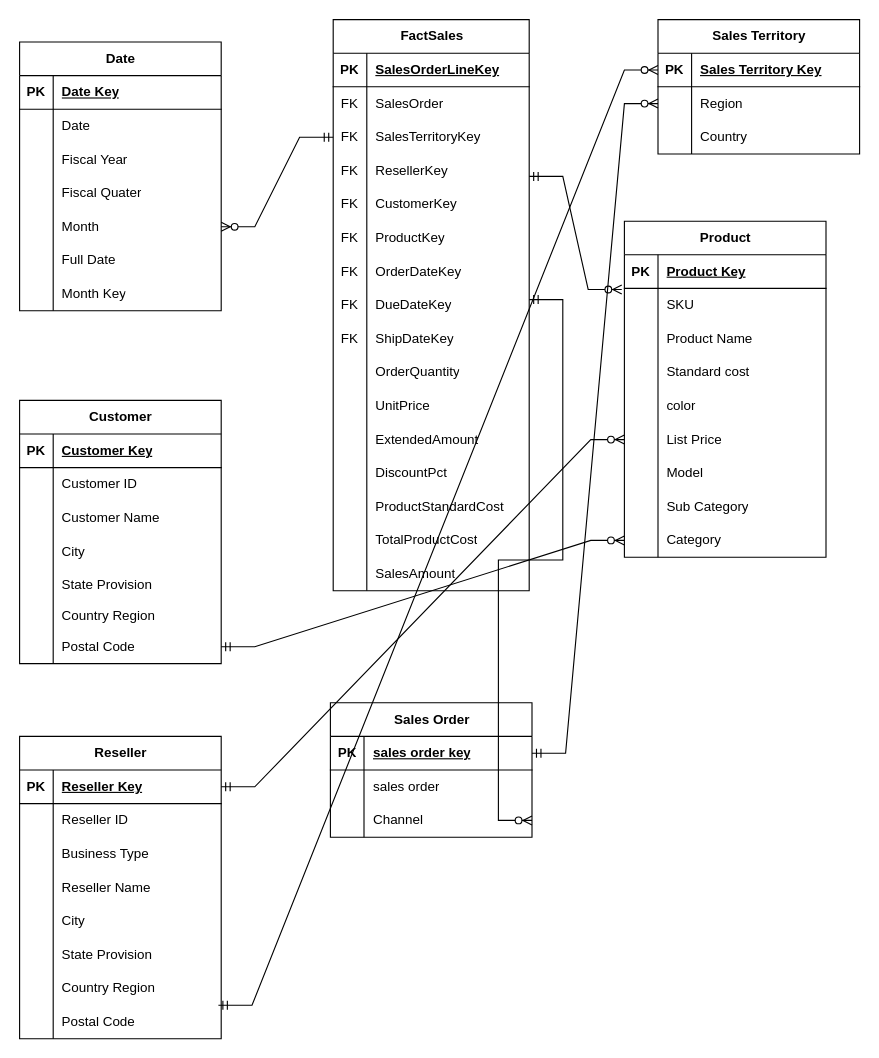
Gopikuppala7/data-storage-solutions keeps this draw.io diagram as DataStorage_CA.drawio. Above is the earlier version. Source tidied: cells renumbered, new cells numbered last; positions are measured from the earlier drawing's top-left corner, leaving out a move shared by most shapes. Both pictures are drawn from the tidied source at 112%, with x=0, y=0 at pixel (19, 19).
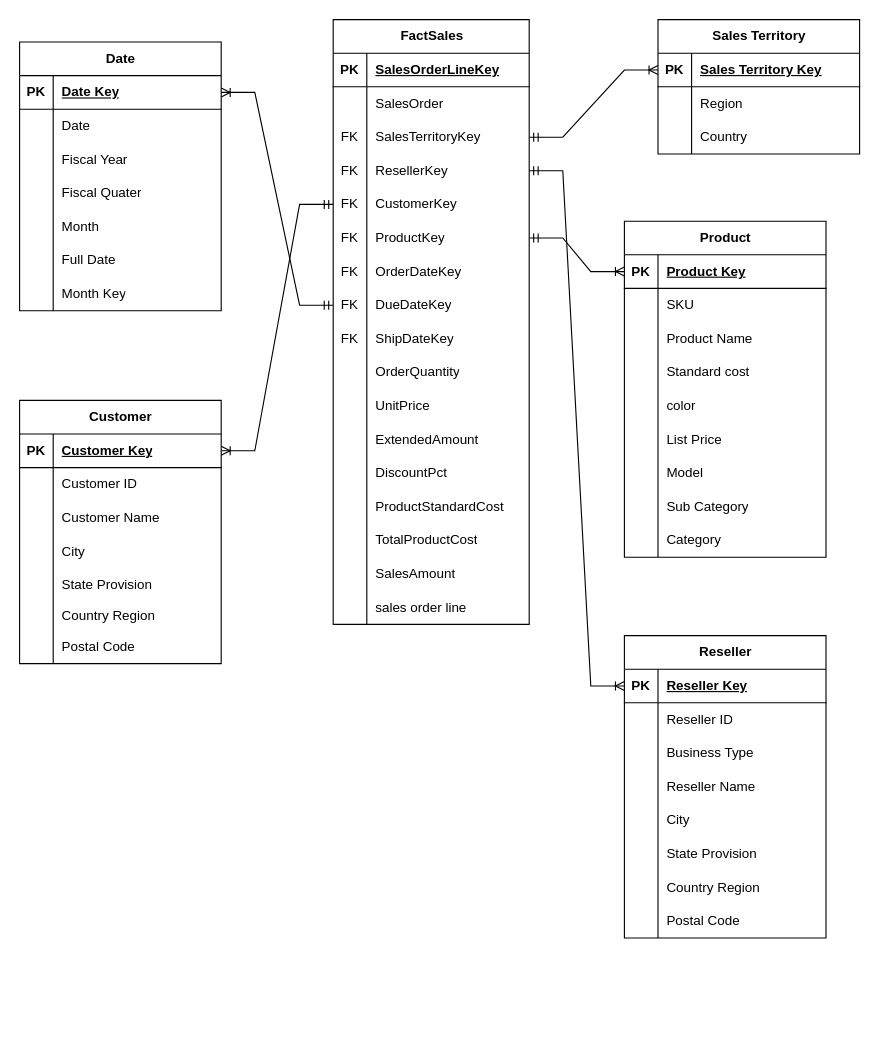
The same diagram, later.

The change refers to these unchanged cells:
```xml
<mxCell id="6" style="shape=tableRow;horizontal=0;startSize=0;swimlaneHead=0;swimlaneBody=0;fillColor=none;top=0;left=0;right=0;bottom=0;" parent="2" vertex="1">
  <mxGeometry y="60" width="175" height="30" as="geometry" />
</mxCell>
<mxCell id="9" style="shape=tableRow;horizontal=0;startSize=0;swimlaneHead=0;swimlaneBody=0;fillColor=none;points=[[0,0.5],[1,0.5]];portConstraint=eastwest;top=0;left=0;right=0;bottom=0;" parent="2" vertex="1">
  <mxGeometry y="90" width="175" height="30" as="geometry" />
</mxCell>
<mxCell id="12" style="shape=tableRow;horizontal=0;startSize=0;swimlaneHead=0;swimlaneBody=0;fillColor=none;points=[[0,0.5],[1,0.5]];portConstraint=eastwest;top=0;left=0;right=0;bottom=0;" parent="2" vertex="1">
  <mxGeometry y="120" width="175" height="30" as="geometry" />
</mxCell>
<mxCell id="15" style="shape=tableRow;horizontal=0;startSize=0;swimlaneHead=0;swimlaneBody=0;fillColor=none;points=[[0,0.5],[1,0.5]];portConstraint=eastwest;top=0;left=0;right=0;bottom=0;" parent="2" vertex="1">
  <mxGeometry y="150" width="175" height="30" as="geometry" />
</mxCell>
<mxCell id="18" style="shape=tableRow;horizontal=0;startSize=0;swimlaneHead=0;swimlaneBody=0;fillColor=none;points=[[0,0.5],[1,0.5]];portConstraint=eastwest;top=0;left=0;right=0;bottom=0;" parent="2" vertex="1">
  <mxGeometry y="180" width="175" height="30" as="geometry" />
</mxCell>
<mxCell id="24" style="shape=tableRow;horizontal=0;startSize=0;swimlaneHead=0;swimlaneBody=0;fillColor=none;points=[[0,0.5],[1,0.5]];portConstraint=eastwest;top=0;left=0;right=0;bottom=0;" parent="2" vertex="1">
  <mxGeometry y="240" width="175" height="30" as="geometry" />
</mxCell>
<mxCell id="62" style="shape=tableRow;horizontal=0;startSize=0;swimlaneHead=0;swimlaneBody=0;fillColor=none;points=[[0,0.5],[1,0.5]];portConstraint=eastwest;top=0;left=0;right=0;bottom=1;" parent="61" vertex="1">
  <mxGeometry y="30" width="180" height="30" as="geometry" />
</mxCell>
<mxCell id="65" style="shape=tableRow;horizontal=0;startSize=0;swimlaneHead=0;swimlaneBody=0;fillColor=none;points=[[0,0.5],[1,0.5]];portConstraint=eastwest;top=0;left=0;right=0;bottom=0;" parent="61" vertex="1">
  <mxGeometry y="60" width="180" height="30" as="geometry" />
</mxCell>
<mxCell id="72" style="shape=tableRow;horizontal=0;startSize=0;swimlaneHead=0;swimlaneBody=0;fillColor=none;points=[[0,0.5],[1,0.5]];portConstraint=eastwest;top=0;left=0;right=0;bottom=1;" parent="71" vertex="1">
  <mxGeometry y="30" width="180" height="30" as="geometry" />
</mxCell>
<mxCell id="75" style="shape=tableRow;horizontal=0;startSize=0;swimlaneHead=0;swimlaneBody=0;fillColor=none;points=[[0,0.5],[1,0.5]];portConstraint=eastwest;top=0;left=0;right=0;bottom=0;" parent="71" vertex="1">
  <mxGeometry y="60" width="180" height="30" as="geometry" />
</mxCell>
<mxCell id="87" style="shape=tableRow;horizontal=0;startSize=0;swimlaneHead=0;swimlaneBody=0;fillColor=none;points=[[0,0.5],[1,0.5]];portConstraint=eastwest;top=0;left=0;right=0;bottom=0;" parent="71" vertex="1">
  <mxGeometry y="180" width="180" height="30" as="geometry" />
</mxCell>
<mxCell id="96" style="shape=tableRow;horizontal=0;startSize=0;swimlaneHead=0;swimlaneBody=0;fillColor=none;points=[[0,0.5],[1,0.5]];portConstraint=eastwest;top=0;left=0;right=0;bottom=0;" parent="71" vertex="1">
  <mxGeometry y="270" width="180" height="30" as="geometry" />
</mxCell>
<mxCell id="100" style="shape=tableRow;horizontal=0;startSize=0;swimlaneHead=0;swimlaneBody=0;fillColor=none;points=[[0,0.5],[1,0.5]];portConstraint=eastwest;top=0;left=0;right=0;bottom=1;" parent="99" vertex="1">
  <mxGeometry y="30" width="180" height="30" as="geometry" />
</mxCell>
<mxCell id="122" style="shape=tableRow;horizontal=0;startSize=0;swimlaneHead=0;swimlaneBody=0;fillColor=none;points=[[0,0.5],[1,0.5]];portConstraint=eastwest;top=0;left=0;right=0;bottom=1;" parent="121" vertex="1">
  <mxGeometry y="30" width="180" height="30" as="geometry" />
</mxCell>
<mxCell id="147" style="shape=tableRow;horizontal=0;startSize=0;swimlaneHead=0;swimlaneBody=0;fillColor=none;points=[[0,0.5],[1,0.5]];portConstraint=eastwest;top=0;left=0;right=0;bottom=1;" parent="146" vertex="1">
  <mxGeometry y="30" width="180" height="30" as="geometry" />
</mxCell>
<mxCell id="159" style="shape=tableRow;horizontal=0;startSize=0;swimlaneHead=0;swimlaneBody=0;fillColor=none;points=[[0,0.5],[1,0.5]];portConstraint=eastwest;top=0;left=0;right=0;bottom=0;" parent="146" vertex="1">
  <mxGeometry y="150" width="180" height="30" as="geometry" />
</mxCell>
```

Diff of the diagram source:
```diff
@@
     <mxCell id="2" value="FactSales" style="shape=table;startSize=30;childLayout=tableLayout;rowLines=0;fontStyle=1;align=center;html=1;" parent="1" vertex="1">
-      <mxGeometry x="280" width="175" height="510" as="geometry" />
+      <mxGeometry x="280" width="175" height="540" as="geometry" />
     </mxCell>
@@
-    <mxCell id="7" value="FK" style="shape=partialRectangle;fillColor=none;top=0;left=0;bottom=0;right=0;overflow=hidden;whiteSpace=wrap;html=1;" parent="6" vertex="1">
+    <mxCell id="7" style="shape=partialRectangle;fillColor=none;top=0;left=0;bottom=0;right=0;overflow=hidden;whiteSpace=wrap;html=1;" parent="6" vertex="1">
       <mxGeometry width="30" height="30" as="geometry" />
     </mxCell>
@@
-    <mxCell id="51" value="Sales Order" style="shape=table;startSize=30;childLayout=tableLayout;rowLines=0;fontStyle=1;align=center;html=1;" parent="1" vertex="1">
-      <mxGeometry x="277.5" y="610" width="180" height="120" as="geometry" />
-    </mxCell>
-    <mxCell id="52" style="shape=tableRow;horizontal=0;startSize=0;swimlaneHead=0;swimlaneBody=0;fillColor=none;points=[[0,0.5],[1,0.5]];portConstraint=eastwest;top=0;left=0;right=0;bottom=1;" parent="51" vertex="1">
-      <mxGeometry y="30" width="180" height="30" as="geometry" />
-    </mxCell>
-    <mxCell id="53" value="PK" style="shape=partialRectangle;fillColor=none;top=0;left=0;bottom=0;right=0;fontStyle=1;overflow=hidden;whiteSpace=wrap;html=1;" parent="52" vertex="1">
-      <mxGeometry width="30" height="30" as="geometry" />
-    </mxCell>
-    <mxCell id="54" value="sales order key" style="shape=partialRectangle;fillColor=none;top=0;left=0;bottom=0;right=0;align=left;spacingLeft=6;fontStyle=5;overflow=hidden;whiteSpace=wrap;html=1;" parent="52" vertex="1">
-      <mxGeometry x="30" width="150" height="30" as="geometry" />
-    </mxCell>
-    <mxCell id="55" style="shape=tableRow;horizontal=0;startSize=0;swimlaneHead=0;swimlaneBody=0;fillColor=none;top=0;left=0;right=0;bottom=0;" parent="51" vertex="1">
-      <mxGeometry y="60" width="180" height="30" as="geometry" />
-    </mxCell>
-    <mxCell id="56" style="shape=partialRectangle;fillColor=none;top=0;left=0;bottom=0;right=0;overflow=hidden;whiteSpace=wrap;html=1;" parent="55" vertex="1">
-      <mxGeometry width="30" height="30" as="geometry" />
-    </mxCell>
-    <mxCell id="57" value="sales order" style="shape=partialRectangle;fillColor=none;top=0;left=0;bottom=0;right=0;align=left;spacingLeft=6;overflow=hidden;whiteSpace=wrap;html=1;" parent="55" vertex="1">
-      <mxGeometry x="30" width="150" height="30" as="geometry" />
-    </mxCell>
-    <mxCell id="58" style="shape=tableRow;horizontal=0;startSize=0;swimlaneHead=0;swimlaneBody=0;fillColor=none;points=[[0,0.5],[1,0.5]];portConstraint=eastwest;top=0;left=0;right=0;bottom=0;" parent="51" vertex="1">
-      <mxGeometry y="90" width="180" height="30" as="geometry" />
-    </mxCell>
-    <mxCell id="59" style="shape=partialRectangle;fillColor=none;top=0;left=0;bottom=0;right=0;overflow=hidden;whiteSpace=wrap;html=1;" parent="58" vertex="1">
-      <mxGeometry width="30" height="30" as="geometry" />
-    </mxCell>
-    <mxCell id="60" value="Channel" style="shape=partialRectangle;fillColor=none;top=0;left=0;bottom=0;right=0;align=left;spacingLeft=6;overflow=hidden;whiteSpace=wrap;html=1;" parent="58" vertex="1">
-      <mxGeometry x="30" width="150" height="30" as="geometry" />
-    </mxCell>
+    <mxCell id="175" style="shape=tableRow;horizontal=0;startSize=0;swimlaneHead=0;swimlaneBody=0;fillColor=none;top=0;left=0;right=0;bottom=0;" parent="2" vertex="1">
+      <mxGeometry y="510" width="175" height="30" as="geometry" />
+    </mxCell>
+    <mxCell id="176" style="shape=partialRectangle;fillColor=none;top=0;left=0;bottom=0;right=0;overflow=hidden;whiteSpace=wrap;html=1;" parent="175" vertex="1">
+      <mxGeometry width="30" height="30" as="geometry" />
+    </mxCell>
+    <mxCell id="177" value="sales order line" style="shape=partialRectangle;fillColor=none;top=0;left=0;bottom=0;right=0;align=left;spacingLeft=6;overflow=hidden;whiteSpace=wrap;html=1;" parent="175" vertex="1">
+      <mxGeometry x="30" width="145" height="30" as="geometry" />
+    </mxCell>
@@
     <mxCell id="121" value="Reseller" style="shape=table;startSize=30;childLayout=tableLayout;rowLines=0;fontStyle=1;align=center;html=1;" parent="1" vertex="1">
-      <mxGeometry y="640" width="180" height="270" as="geometry" />
+      <mxGeometry x="540" y="550" width="180" height="270" as="geometry" />
     </mxCell>
@@
-    <mxCell id="168" style="edgeStyle=entityRelationEdgeStyle;fontSize=12;html=1;endArrow=ERzeroToMany;startArrow=ERmandOne;rounded=0;entryX=1;entryY=0.5;entryDx=0;entryDy=0;exitX=0;exitY=0.5;exitDx=0;exitDy=0;" parent="1" edge="1" source="9" target="159">
-      <mxGeometry relative="1" as="geometry" />
-    </mxCell>
-    <mxCell id="169" style="edgeStyle=entityRelationEdgeStyle;fontSize=12;html=1;endArrow=ERzeroToMany;startArrow=ERmandOne;rounded=0;entryX=1;entryY=0.5;entryDx=0;entryDy=0;" parent="1" edge="1" target="58">
-      <mxGeometry relative="1" as="geometry">
-        <mxPoint x="455" y="250" as="sourcePoint" />
-        <Array as="points">
-          <mxPoint x="470" y="685" />
-          <mxPoint x="475" y="665" />
-          <mxPoint x="540" y="620" />
-        </Array>
-      </mxGeometry>
-    </mxCell>
-    <mxCell id="170" style="edgeStyle=entityRelationEdgeStyle;fontSize=12;html=1;endArrow=ERzeroToMany;startArrow=ERmandOne;rounded=0;entryX=-0.013;entryY=0.032;entryDx=0;entryDy=0;entryPerimeter=0;" parent="1" edge="1" target="75">
-      <mxGeometry relative="1" as="geometry">
-        <mxPoint x="455" y="140" as="sourcePoint" />
-      </mxGeometry>
-    </mxCell>
-    <mxCell id="171" style="edgeStyle=entityRelationEdgeStyle;fontSize=12;html=1;endArrow=ERzeroToMany;startArrow=ERmandOne;rounded=0;entryX=0;entryY=0.5;entryDx=0;entryDy=0;exitX=1;exitY=0.5;exitDx=0;exitDy=0;" parent="1" edge="1" source="52" target="65">
-      <mxGeometry relative="1" as="geometry" />
-    </mxCell>
-    <mxCell id="172" style="edgeStyle=entityRelationEdgeStyle;fontSize=12;html=1;endArrow=ERzeroToMany;startArrow=ERmandOne;rounded=0;entryX=0;entryY=0.5;entryDx=0;entryDy=0;exitX=1;exitY=0.5;exitDx=0;exitDy=0;" parent="1" edge="1" source="122" target="87">
-      <mxGeometry relative="1" as="geometry">
-        <Array as="points">
-          <mxPoint x="230" y="505" />
-          <mxPoint x="540" y="530" />
-          <mxPoint x="570" y="565" />
-          <mxPoint x="570" y="535" />
-          <mxPoint x="430" y="715" />
-          <mxPoint x="570" y="495" />
-          <mxPoint x="240" y="395" />
-          <mxPoint x="240" y="375" />
-          <mxPoint x="240" y="405" />
-          <mxPoint x="240" y="395" />
-        </Array>
-      </mxGeometry>
-    </mxCell>
-    <mxCell id="173" style="edgeStyle=entityRelationEdgeStyle;fontSize=12;html=1;endArrow=ERzeroToMany;startArrow=ERmandOne;rounded=0;entryX=0;entryY=0.5;entryDx=0;entryDy=0;" parent="1" edge="1" target="62">
-      <mxGeometry relative="1" as="geometry">
-        <mxPoint x="177.5" y="880" as="sourcePoint" />
-        <Array as="points">
-          <mxPoint x="420" y="850" />
-          <mxPoint x="340" y="850" />
-        </Array>
-      </mxGeometry>
-    </mxCell>
-    <mxCell id="174" style="edgeStyle=entityRelationEdgeStyle;fontSize=12;html=1;endArrow=ERzeroToMany;startArrow=ERmandOne;rounded=0;entryX=0;entryY=0.5;entryDx=0;entryDy=0;" parent="1" edge="1" target="96">
-      <mxGeometry relative="1" as="geometry">
-        <mxPoint x="180" y="560" as="sourcePoint" />
-      </mxGeometry>
-    </mxCell>
+    <mxCell id="178" style="edgeStyle=entityRelationEdgeStyle;fontSize=12;html=1;endArrow=ERoneToMany;startArrow=ERmandOne;rounded=0;entryX=1;entryY=0.5;entryDx=0;entryDy=0;exitX=0;exitY=0.5;exitDx=0;exitDy=0;" parent="1" edge="1" source="24" target="147">
+      <mxGeometry relative="1" as="geometry" />
+    </mxCell>
+    <mxCell id="179" style="edgeStyle=entityRelationEdgeStyle;fontSize=12;html=1;endArrow=ERoneToMany;startArrow=ERmandOne;rounded=0;entryX=0;entryY=0.5;entryDx=0;entryDy=0;exitX=1;exitY=0.5;exitDx=0;exitDy=0;" parent="1" edge="1" source="9" target="62">
+      <mxGeometry relative="1" as="geometry" />
+    </mxCell>
+    <mxCell id="180" style="edgeStyle=entityRelationEdgeStyle;fontSize=12;html=1;endArrow=ERoneToMany;startArrow=ERmandOne;rounded=0;entryX=1;entryY=0.5;entryDx=0;entryDy=0;exitX=0;exitY=0.5;exitDx=0;exitDy=0;" parent="1" edge="1" source="15" target="100">
+      <mxGeometry relative="1" as="geometry" />
+    </mxCell>
+    <mxCell id="181" style="edgeStyle=entityRelationEdgeStyle;fontSize=12;html=1;endArrow=ERoneToMany;startArrow=ERmandOne;rounded=0;exitX=1;exitY=0.5;exitDx=0;exitDy=0;entryX=0;entryY=0.5;entryDx=0;entryDy=0;" parent="1" edge="1" source="18" target="72">
+      <mxGeometry relative="1" as="geometry">
+        <Array as="points">
+          <mxPoint x="610" y="290" />
+        </Array>
+      </mxGeometry>
+    </mxCell>
+    <mxCell id="182" style="edgeStyle=entityRelationEdgeStyle;fontSize=12;html=1;endArrow=ERoneToMany;startArrow=ERmandOne;rounded=0;exitX=1;exitY=0.5;exitDx=0;exitDy=0;entryX=0;entryY=0.5;entryDx=0;entryDy=0;" parent="1" edge="1" source="12" target="122">
+      <mxGeometry relative="1" as="geometry" />
+    </mxCell>
```
